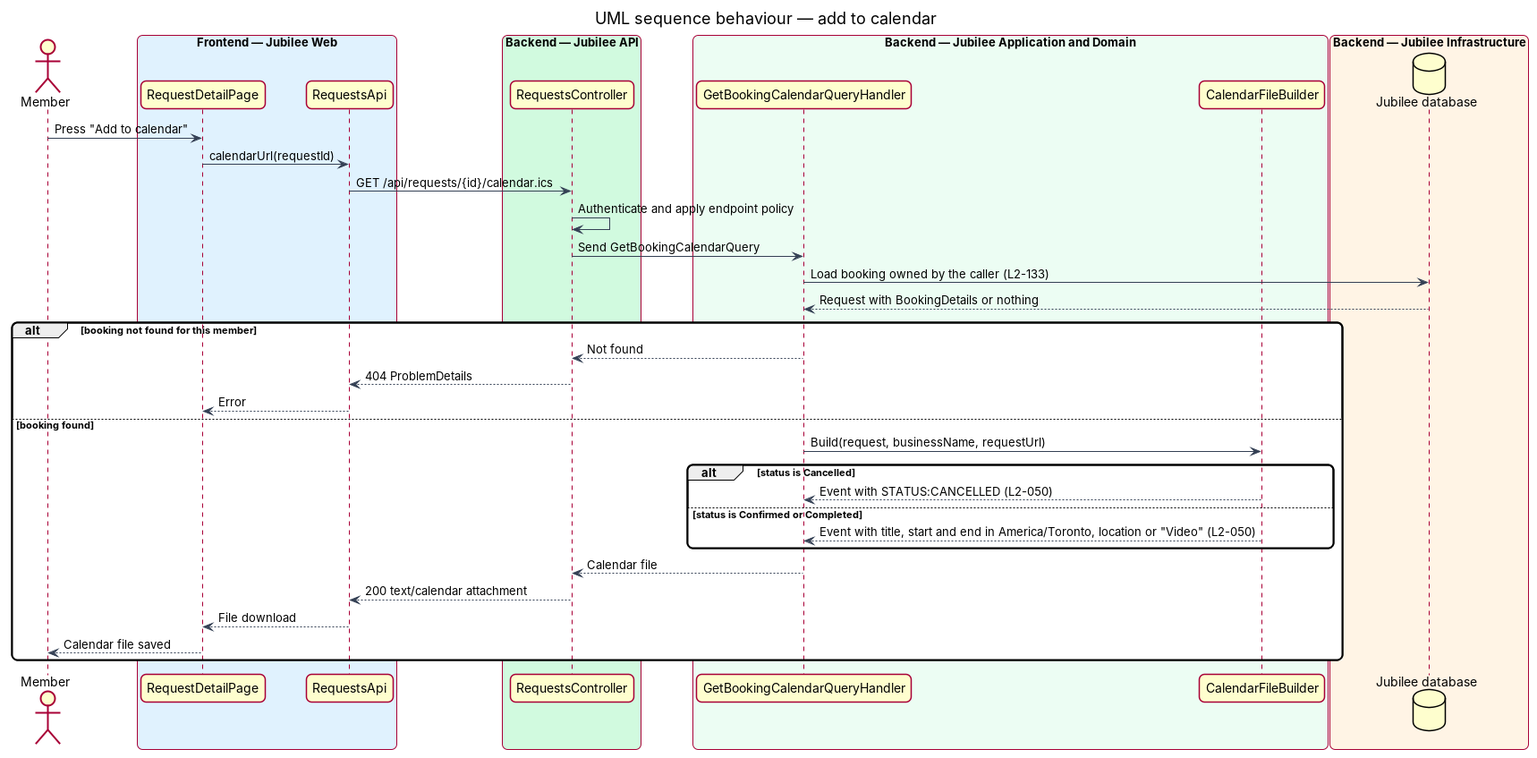
Above: docs/detailed-designs/requests/book-meeting/diagrams/sequence-add-to-calendar.png in QuinntyneBrown/jubilee (PlantUML), before the change. Its source is kept beside it as docs/detailed-designs/requests/book-meeting/diagrams/sequence-add-to-calendar.puml.
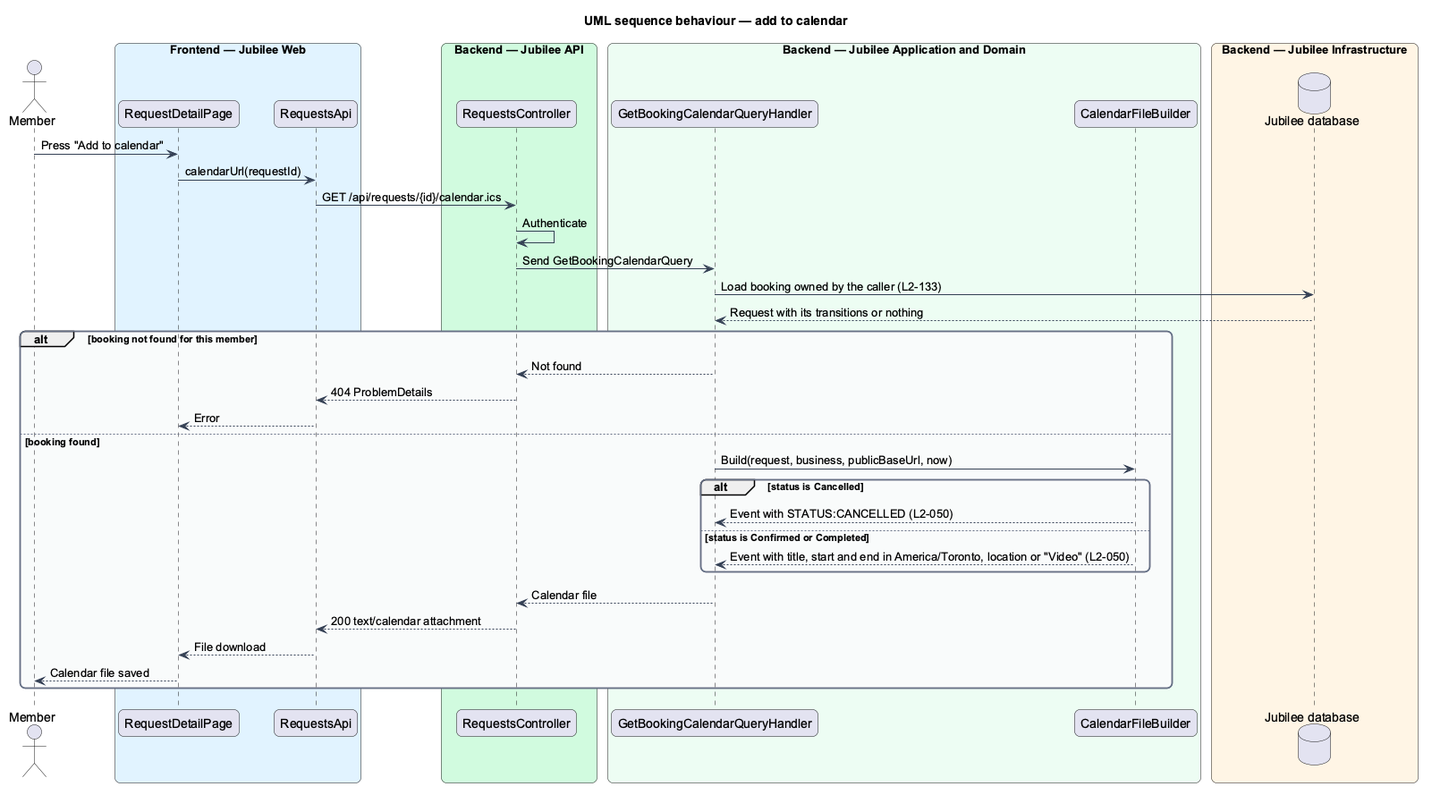
The same diagram one commit later.

The edit, as a diff of the source:
```diff
@@ -32,16 +32,16 @@
 actor -> page : Press "Add to calendar"
 page -> client : calendarUrl(requestId)
 client -> controller : GET /api/requests/{id}/calendar.ics
-controller -> controller : Authenticate and apply endpoint policy
+controller -> controller : Authenticate
 controller -> handler : Send GetBookingCalendarQuery
 handler -> db : Load booking owned by the caller (L2-133)
-db --> handler : Request with BookingDetails or nothing
+db --> handler : Request with its transitions or nothing
 alt booking not found for this member
   handler --> controller : Not found
   controller --> client : 404 ProblemDetails
   client --> page : Error
 else booking found
-  handler -> builder : Build(request, businessName, requestUrl)
+  handler -> builder : Build(request, business, publicBaseUrl, now)
   alt status is Cancelled
     builder --> handler : Event with STATUS:CANCELLED (L2-050)
   else status is Confirmed or Completed
```
